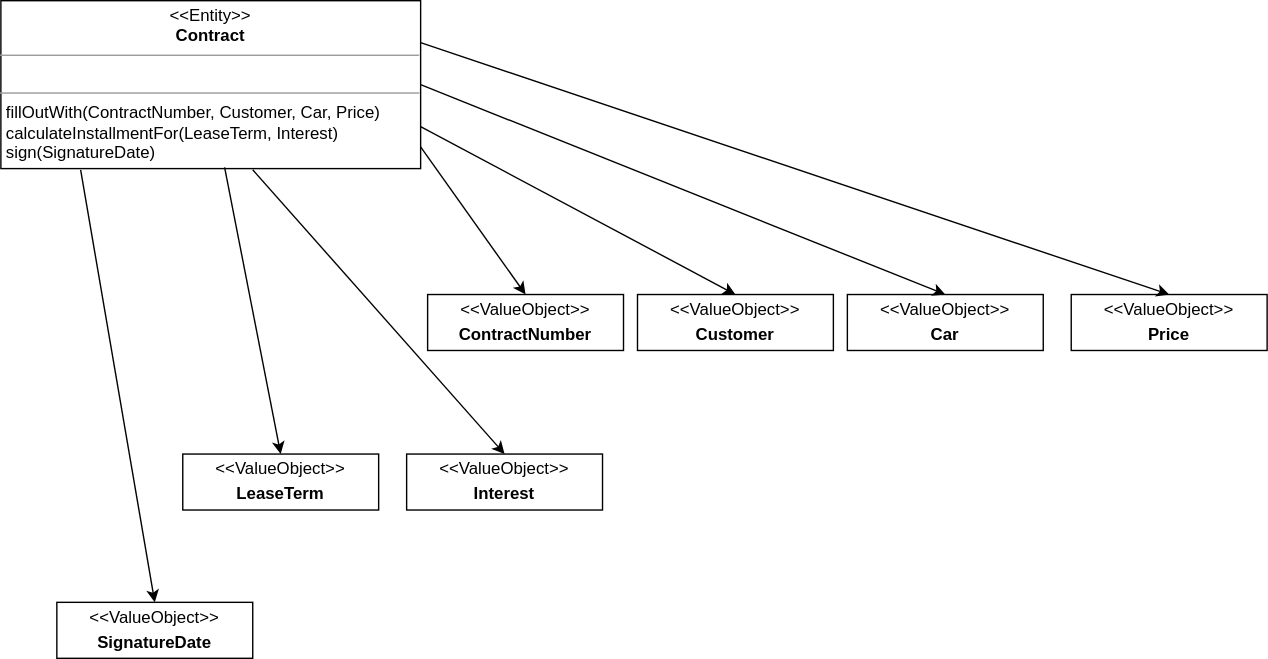
The draw.io diagram docs/resources/sales-class-diagram.drawio.svg in leasingninja/leasingninja.io, before a commit. Source tidied: cells renumbered, new cells last; positions are measured from the earlier drawing's top-left corner, leaving out a move shared by most shapes.
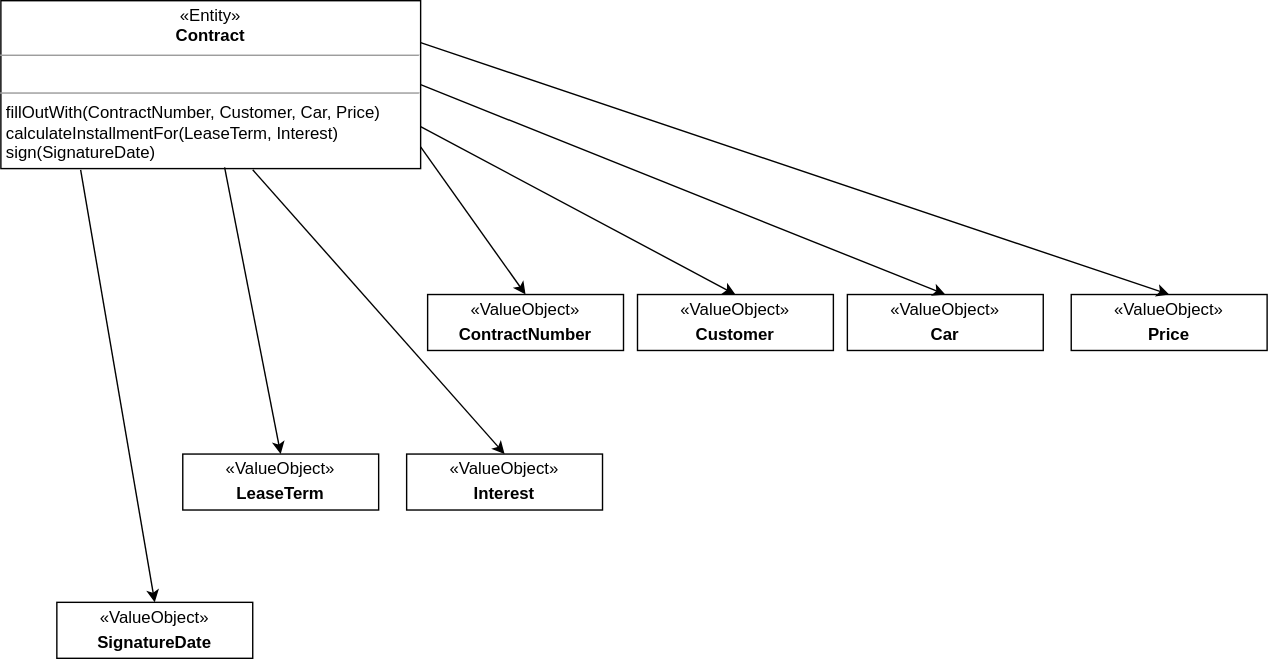
After the change.

Diff of the diagram source:
```diff
@@ -2,22 +2,22 @@
   <root>
     <mxCell id="0" />
     <mxCell id="1" parent="0" />
-    <mxCell id="2" value="&lt;p style=&quot;margin: 0px ; margin-top: 4px ; text-align: center&quot;&gt;&amp;lt;&amp;lt;ValueObject&amp;gt;&amp;gt;&lt;/p&gt;&lt;p style=&quot;margin: 0px ; margin-top: 4px ; text-align: center&quot;&gt;&lt;b&gt;ContractNumber&lt;/b&gt;&lt;/p&gt;" style="verticalAlign=top;align=left;overflow=fill;fontSize=12;fontFamily=Helvetica;html=1;" parent="1" vertex="1">
+    <mxCell id="2" value="&lt;p style=&quot;margin: 0px ; margin-top: 4px ; text-align: center&quot;&gt;«ValueObject»&lt;/p&gt;&lt;p style=&quot;margin: 0px ; margin-top: 4px ; text-align: center&quot;&gt;&lt;b&gt;ContractNumber&lt;/b&gt;&lt;/p&gt;" style="verticalAlign=top;align=left;overflow=fill;fontSize=12;fontFamily=Helvetica;html=1;" parent="1" vertex="1">
       <mxGeometry x="305" y="210" width="140" height="40" as="geometry" />
     </mxCell>
     <mxCell id="3" style="endArrow=classic;html=1;entryX=0.5;entryY=0;entryDx=0;entryDy=0;exitX=1;exitY=0.871;exitDx=0;exitDy=0;exitPerimeter=0;" parent="1" edge="1" source="4" target="2">
       <mxGeometry relative="1" as="geometry" />
     </mxCell>
-    <mxCell id="4" value="&lt;p style=&quot;margin: 0px ; margin-top: 4px ; text-align: center&quot;&gt;&amp;lt;&amp;lt;Entity&amp;gt;&amp;gt;&lt;br&gt;&lt;b&gt;Contract&lt;/b&gt;&lt;/p&gt;&lt;hr size=&quot;1&quot;&gt;&lt;p style=&quot;margin: 0px ; margin-left: 4px&quot;&gt;&lt;br&gt;&lt;/p&gt;&lt;hr size=&quot;1&quot;&gt;&lt;p style=&quot;margin: 0px ; margin-left: 4px&quot;&gt;fillOutWith(ContractNumber, Customer, Car, Price)&lt;/p&gt;&lt;p style=&quot;margin: 0px ; margin-left: 4px&quot;&gt;calculateInstallmentFor(LeaseTerm, Interest)&lt;/p&gt;&lt;p style=&quot;margin: 0px ; margin-left: 4px&quot;&gt;sign(SignatureDate)&lt;/p&gt;" style="verticalAlign=top;align=left;overflow=fill;fontSize=12;fontFamily=Helvetica;html=1;" parent="1" vertex="1">
+    <mxCell id="4" value="&lt;p style=&quot;margin: 0px ; margin-top: 4px ; text-align: center&quot;&gt;«Entity»&lt;br&gt;&lt;b&gt;Contract&lt;/b&gt;&lt;/p&gt;&lt;hr size=&quot;1&quot;&gt;&lt;p style=&quot;margin: 0px ; margin-left: 4px&quot;&gt;&lt;br&gt;&lt;/p&gt;&lt;hr size=&quot;1&quot;&gt;&lt;p style=&quot;margin: 0px ; margin-left: 4px&quot;&gt;fillOutWith(ContractNumber, Customer, Car, Price)&lt;/p&gt;&lt;p style=&quot;margin: 0px ; margin-left: 4px&quot;&gt;calculateInstallmentFor(LeaseTerm, Interest)&lt;/p&gt;&lt;p style=&quot;margin: 0px ; margin-left: 4px&quot;&gt;sign(SignatureDate)&lt;/p&gt;" style="verticalAlign=top;align=left;overflow=fill;fontSize=12;fontFamily=Helvetica;html=1;" parent="1" vertex="1">
       <mxGeometry width="300" height="120" as="geometry" />
     </mxCell>
-    <mxCell id="5" value="&lt;p style=&quot;margin: 0px ; margin-top: 4px ; text-align: center&quot;&gt;&amp;lt;&amp;lt;ValueObject&amp;gt;&amp;gt;&lt;/p&gt;&lt;p style=&quot;margin: 0px ; margin-top: 4px ; text-align: center&quot;&gt;&lt;b&gt;Customer&lt;/b&gt;&lt;/p&gt;" style="verticalAlign=top;align=left;overflow=fill;fontSize=12;fontFamily=Helvetica;html=1;" parent="1" vertex="1">
+    <mxCell id="5" value="&lt;p style=&quot;margin: 0px ; margin-top: 4px ; text-align: center&quot;&gt;«ValueObject»&lt;/p&gt;&lt;p style=&quot;margin: 0px ; margin-top: 4px ; text-align: center&quot;&gt;&lt;b&gt;Customer&lt;/b&gt;&lt;/p&gt;" style="verticalAlign=top;align=left;overflow=fill;fontSize=12;fontFamily=Helvetica;html=1;" parent="1" vertex="1">
       <mxGeometry x="455" y="210" width="140" height="40" as="geometry" />
     </mxCell>
-    <mxCell id="6" value="&lt;p style=&quot;margin: 0px ; margin-top: 4px ; text-align: center&quot;&gt;&amp;lt;&amp;lt;ValueObject&amp;gt;&amp;gt;&lt;/p&gt;&lt;p style=&quot;margin: 0px ; margin-top: 4px ; text-align: center&quot;&gt;&lt;b&gt;Car&lt;/b&gt;&lt;/p&gt;" style="verticalAlign=top;align=left;overflow=fill;fontSize=12;fontFamily=Helvetica;html=1;" parent="1" vertex="1">
+    <mxCell id="6" value="&lt;p style=&quot;margin: 0px ; margin-top: 4px ; text-align: center&quot;&gt;«ValueObject»&lt;/p&gt;&lt;p style=&quot;margin: 0px ; margin-top: 4px ; text-align: center&quot;&gt;&lt;b&gt;Car&lt;/b&gt;&lt;/p&gt;" style="verticalAlign=top;align=left;overflow=fill;fontSize=12;fontFamily=Helvetica;html=1;" parent="1" vertex="1">
       <mxGeometry x="605" y="210" width="140" height="40" as="geometry" />
     </mxCell>
-    <mxCell id="7" value="&lt;p style=&quot;margin: 0px ; margin-top: 4px ; text-align: center&quot;&gt;&amp;lt;&amp;lt;ValueObject&amp;gt;&amp;gt;&lt;/p&gt;&lt;p style=&quot;margin: 0px ; margin-top: 4px ; text-align: center&quot;&gt;&lt;b&gt;Price&lt;/b&gt;&lt;/p&gt;" style="verticalAlign=top;align=left;overflow=fill;fontSize=12;fontFamily=Helvetica;html=1;" parent="1" vertex="1">
+    <mxCell id="7" value="&lt;p style=&quot;margin: 0px ; margin-top: 4px ; text-align: center&quot;&gt;«ValueObject»&lt;/p&gt;&lt;p style=&quot;margin: 0px ; margin-top: 4px ; text-align: center&quot;&gt;&lt;b&gt;Price&lt;/b&gt;&lt;/p&gt;" style="verticalAlign=top;align=left;overflow=fill;fontSize=12;fontFamily=Helvetica;html=1;" parent="1" vertex="1">
       <mxGeometry x="765" y="210" width="140" height="40" as="geometry" />
     </mxCell>
     <mxCell id="8" style="endArrow=classic;html=1;entryX=0.5;entryY=0;entryDx=0;entryDy=0;exitX=1;exitY=0.75;exitDx=0;exitDy=0;" parent="1" edge="1" source="4" target="5">
@@ -29,19 +29,19 @@
     <mxCell id="10" style="endArrow=classic;html=1;entryX=0.5;entryY=0;entryDx=0;entryDy=0;exitX=1;exitY=0.25;exitDx=0;exitDy=0;" parent="1" edge="1" source="4" target="7">
       <mxGeometry relative="1" as="geometry" />
     </mxCell>
-    <mxCell id="11" value="&lt;p style=&quot;margin: 0px ; margin-top: 4px ; text-align: center&quot;&gt;&amp;lt;&amp;lt;ValueObject&amp;gt;&amp;gt;&lt;/p&gt;&lt;p style=&quot;margin: 0px ; margin-top: 4px ; text-align: center&quot;&gt;&lt;b&gt;LeaseTerm&lt;/b&gt;&lt;/p&gt;" style="verticalAlign=top;align=left;overflow=fill;fontSize=12;fontFamily=Helvetica;html=1;" parent="1" vertex="1">
+    <mxCell id="11" value="&lt;p style=&quot;margin: 0px ; margin-top: 4px ; text-align: center&quot;&gt;«ValueObject»&lt;/p&gt;&lt;p style=&quot;margin: 0px ; margin-top: 4px ; text-align: center&quot;&gt;&lt;b&gt;LeaseTerm&lt;/b&gt;&lt;/p&gt;" style="verticalAlign=top;align=left;overflow=fill;fontSize=12;fontFamily=Helvetica;html=1;" parent="1" vertex="1">
       <mxGeometry x="130" y="324" width="140" height="40" as="geometry" />
     </mxCell>
     <mxCell id="12" style="endArrow=classic;html=1;entryX=0.5;entryY=0;entryDx=0;entryDy=0;exitX=0.533;exitY=0.993;exitDx=0;exitDy=0;exitPerimeter=0;" parent="1" edge="1" source="4" target="11">
       <mxGeometry relative="1" as="geometry" />
     </mxCell>
-    <mxCell id="13" value="&lt;p style=&quot;margin: 0px ; margin-top: 4px ; text-align: center&quot;&gt;&amp;lt;&amp;lt;ValueObject&amp;gt;&amp;gt;&lt;/p&gt;&lt;p style=&quot;margin: 0px ; margin-top: 4px ; text-align: center&quot;&gt;&lt;b&gt;Interest&lt;/b&gt;&lt;/p&gt;" style="verticalAlign=top;align=left;overflow=fill;fontSize=12;fontFamily=Helvetica;html=1;" parent="1" vertex="1">
+    <mxCell id="13" value="&lt;p style=&quot;margin: 0px ; margin-top: 4px ; text-align: center&quot;&gt;«ValueObject»&lt;/p&gt;&lt;p style=&quot;margin: 0px ; margin-top: 4px ; text-align: center&quot;&gt;&lt;b&gt;Interest&lt;/b&gt;&lt;/p&gt;" style="verticalAlign=top;align=left;overflow=fill;fontSize=12;fontFamily=Helvetica;html=1;" parent="1" vertex="1">
       <mxGeometry x="290" y="324" width="140" height="40" as="geometry" />
     </mxCell>
     <mxCell id="14" style="endArrow=classic;html=1;entryX=0.5;entryY=0;entryDx=0;entryDy=0;exitX=0.6;exitY=1.007;exitDx=0;exitDy=0;exitPerimeter=0;" parent="1" edge="1" source="4" target="13">
       <mxGeometry relative="1" as="geometry" />
     </mxCell>
-    <mxCell id="15" value="&lt;p style=&quot;margin: 0px ; margin-top: 4px ; text-align: center&quot;&gt;&amp;lt;&amp;lt;ValueObject&amp;gt;&amp;gt;&lt;/p&gt;&lt;p style=&quot;margin: 0px ; margin-top: 4px ; text-align: center&quot;&gt;&lt;b&gt;SignatureDate&lt;/b&gt;&lt;/p&gt;" style="verticalAlign=top;align=left;overflow=fill;fontSize=12;fontFamily=Helvetica;html=1;" parent="1" vertex="1">
+    <mxCell id="15" value="&lt;p style=&quot;margin: 0px ; margin-top: 4px ; text-align: center&quot;&gt;«ValueObject»&lt;/p&gt;&lt;p style=&quot;margin: 0px ; margin-top: 4px ; text-align: center&quot;&gt;&lt;b&gt;SignatureDate&lt;/b&gt;&lt;/p&gt;" style="verticalAlign=top;align=left;overflow=fill;fontSize=12;fontFamily=Helvetica;html=1;" parent="1" vertex="1">
       <mxGeometry x="40" y="430" width="140" height="40" as="geometry" />
     </mxCell>
     <mxCell id="16" style="endArrow=classic;html=1;entryX=0.5;entryY=0;entryDx=0;entryDy=0;exitX=0.19;exitY=1.007;exitDx=0;exitDy=0;exitPerimeter=0;" parent="1" edge="1" source="4" target="15">
```
